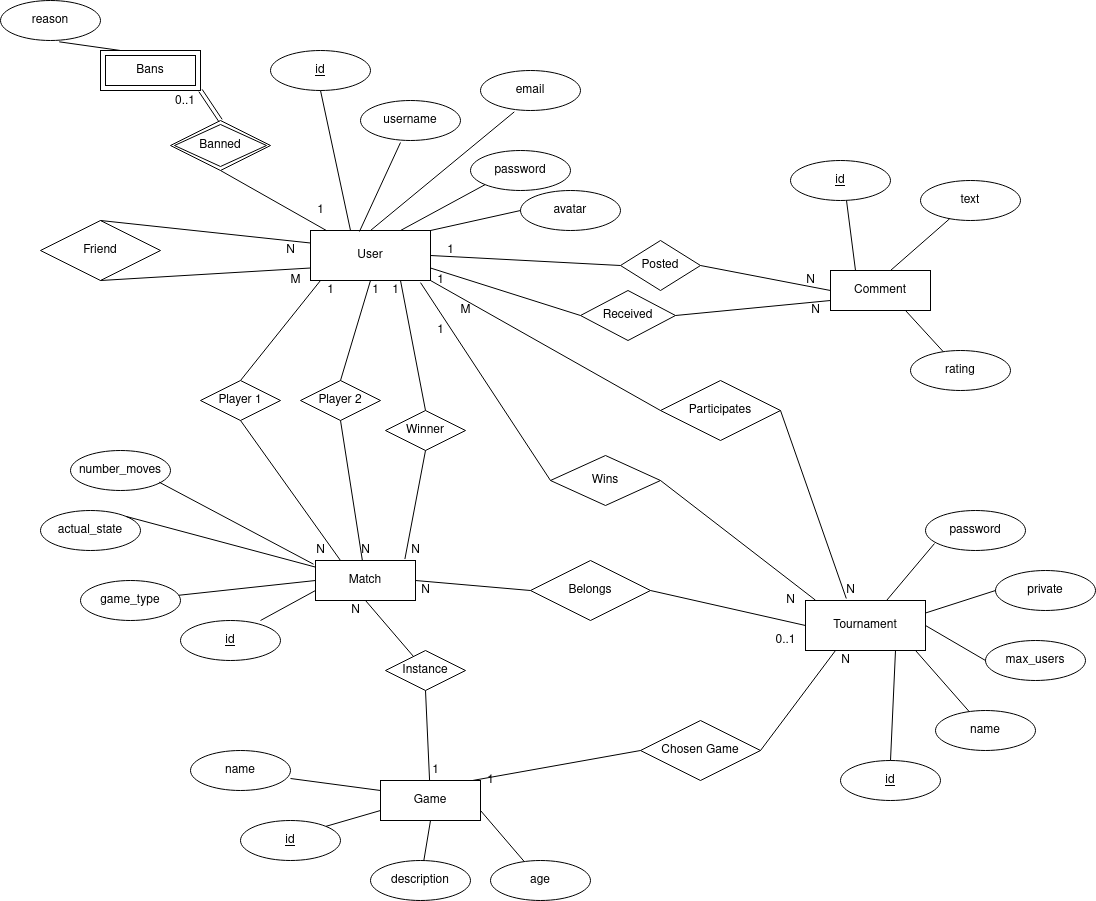
Before: Reports/DER.png, a diagram exported from draw.io (pedromiglou/MathGames). Source tidied: cells renumbered, new cells last; positions are measured from the earlier drawing's top-left corner, leaving out a move shared by most shapes.
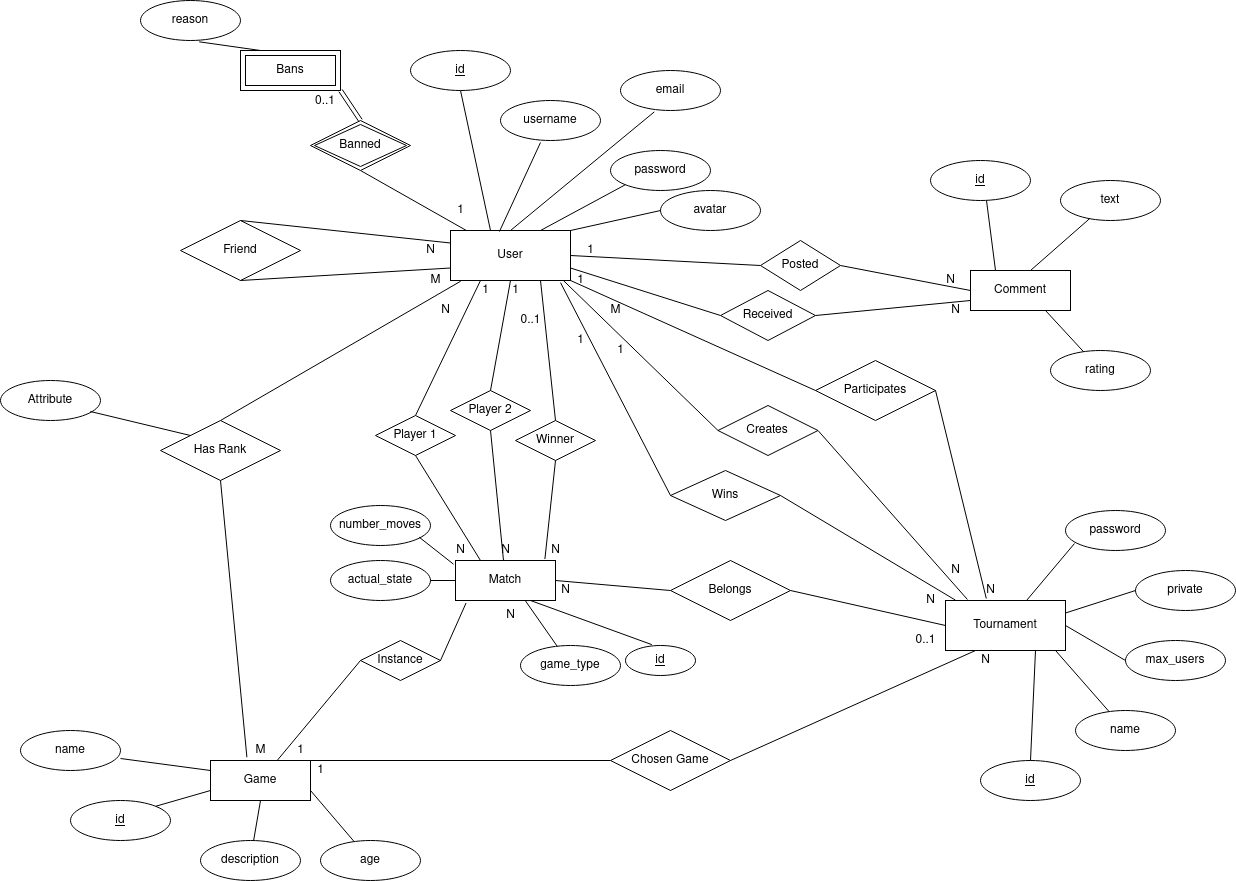
Later version of the same file.

The edit, as a diff of the source:
```diff
@@ -38,19 +38,19 @@
       <mxGeometry relative="1" as="geometry" />
     </mxCell>
     <mxCell id="13" value="Game" style="whiteSpace=wrap;html=1;align=center;" parent="1" vertex="1">
-      <mxGeometry x="380" y="780" width="100" height="40" as="geometry" />
+      <mxGeometry x="70" y="760" width="100" height="40" as="geometry" />
     </mxCell>
     <mxCell id="14" value="name" style="ellipse;whiteSpace=wrap;html=1;align=center;" parent="1" vertex="1">
-      <mxGeometry x="190" y="750" width="100" height="40" as="geometry" />
+      <mxGeometry x="-120" y="730" width="100" height="40" as="geometry" />
     </mxCell>
     <mxCell id="15" value="description" style="ellipse;whiteSpace=wrap;html=1;align=center;" parent="1" vertex="1">
-      <mxGeometry x="370" y="860" width="100" height="40" as="geometry" />
+      <mxGeometry x="60" y="840" width="100" height="40" as="geometry" />
     </mxCell>
     <mxCell id="16" value="age" style="ellipse;whiteSpace=wrap;html=1;align=center;" parent="1" vertex="1">
-      <mxGeometry x="490" y="860" width="100" height="40" as="geometry" />
+      <mxGeometry x="180" y="840" width="100" height="40" as="geometry" />
     </mxCell>
     <mxCell id="17" value="id" style="ellipse;whiteSpace=wrap;html=1;align=center;fontStyle=4;" parent="1" vertex="1">
-      <mxGeometry x="240" y="820" width="100" height="40" as="geometry" />
+      <mxGeometry x="-70" y="800" width="100" height="40" as="geometry" />
     </mxCell>
     <mxCell id="18" style="endArrow=none;html=1;exitX=0;exitY=0.25;exitDx=0;exitDy=0;entryX=1;entryY=0.7;entryDx=0;entryDy=0;entryPerimeter=0;" parent="1" edge="1" source="13" target="14">
       <mxGeometry relative="1" as="geometry" />
@@ -68,45 +68,43 @@
       <mxGeometry x="315" y="560" width="100" height="40" as="geometry" />
     </mxCell>
     <mxCell id="23" value="id" style="ellipse;whiteSpace=wrap;html=1;align=center;fontStyle=4;" parent="1" vertex="1">
-      <mxGeometry x="180" y="620" width="100" height="40" as="geometry" />
+      <mxGeometry x="485" y="645" width="70" height="30" as="geometry" />
     </mxCell>
-    <mxCell id="24" style="endArrow=none;html=1;exitX=0;exitY=0.75;exitDx=0;exitDy=0;entryX=0.8;entryY=0;entryDx=0;entryDy=0;entryPerimeter=0;" parent="1" edge="1" source="22" target="23">
+    <mxCell id="24" style="endArrow=none;html=1;exitX=0.75;exitY=1;exitDx=0;exitDy=0;entryX=0.376;entryY=-0.029;entryDx=0;entryDy=0;entryPerimeter=0;" parent="1" edge="1" source="22" target="23">
       <mxGeometry relative="1" as="geometry" />
     </mxCell>
     <mxCell id="25" value="game_type" style="ellipse;whiteSpace=wrap;html=1;align=center;" parent="1" vertex="1">
-      <mxGeometry x="80" y="580" width="100" height="40" as="geometry" />
+      <mxGeometry x="380" y="645" width="100" height="40" as="geometry" />
     </mxCell>
-    <mxCell id="26" style="endArrow=none;html=1;exitX=0;exitY=0.5;exitDx=0;exitDy=0;" parent="1" edge="1" source="22" target="25">
+    <mxCell id="26" style="endArrow=none;html=1;exitX=0.694;exitY=0.989;exitDx=0;exitDy=0;exitPerimeter=0;" parent="1" edge="1" source="22" target="25">
       <mxGeometry relative="1" as="geometry" />
     </mxCell>
     <mxCell id="27" value="actual_state" style="ellipse;whiteSpace=wrap;html=1;align=center;" parent="1" vertex="1">
-      <mxGeometry x="40" y="510" width="100" height="40" as="geometry" />
+      <mxGeometry x="190" y="560" width="100" height="40" as="geometry" />
     </mxCell>
-    <mxCell id="28" style="endArrow=none;html=1;entryX=1;entryY=0;entryDx=0;entryDy=0;" parent="1" edge="1" source="22" target="27">
+    <mxCell id="28" style="endArrow=none;html=1;entryX=1;entryY=0.5;entryDx=0;entryDy=0;" parent="1" edge="1" source="22" target="27">
       <mxGeometry relative="1" as="geometry" />
     </mxCell>
     <mxCell id="29" value="number_moves" style="ellipse;whiteSpace=wrap;html=1;align=center;" parent="1" vertex="1">
-      <mxGeometry x="70" y="450" width="100" height="40" as="geometry" />
+      <mxGeometry x="190" y="505" width="100" height="40" as="geometry" />
     </mxCell>
     <mxCell id="30" style="endArrow=none;html=1;exitX=-0.02;exitY=0.092;exitDx=0;exitDy=0;entryX=0.887;entryY=0.792;entryDx=0;entryDy=0;entryPerimeter=0;exitPerimeter=0;" parent="1" edge="1" source="22" target="29">
       <mxGeometry relative="1" as="geometry" />
     </mxCell>
-    <mxCell id="31" style="endArrow=none;html=1;exitX=0.5;exitY=0;exitDx=0;exitDy=0;" parent="1" edge="1" source="38">
-      <mxGeometry relative="1" as="geometry">
-        <mxPoint x="320" y="280" as="targetPoint" />
-      </mxGeometry>
+    <mxCell id="31" style="endArrow=none;html=1;exitX=0.5;exitY=0;exitDx=0;exitDy=0;entryX=0.25;entryY=1;entryDx=0;entryDy=0;" parent="1" edge="1" source="38" target="2">
+      <mxGeometry relative="1" as="geometry" />
     </mxCell>
-    <mxCell id="32" style="endArrow=none;html=1;exitX=0.5;exitY=1;exitDx=0;exitDy=0;" parent="1" edge="1" source="50" target="13">
+    <mxCell id="32" style="endArrow=none;html=1;exitX=0;exitY=0.5;exitDx=0;exitDy=0;" parent="1" edge="1" source="50" target="13">
       <mxGeometry relative="1" as="geometry" />
     </mxCell>
     <mxCell id="33" value="N" style="text;html=1;align=center;verticalAlign=middle;" parent="1" vertex="1">
       <mxGeometry x="310" y="540" width="20" height="20" as="geometry" />
     </mxCell>
     <mxCell id="34" value="1" style="text;html=1;align=center;verticalAlign=middle;" parent="1" vertex="1">
-      <mxGeometry x="320" y="280" width="20" height="20" as="geometry" />
+      <mxGeometry x="335" y="280" width="20" height="20" as="geometry" />
     </mxCell>
     <mxCell id="35" value="1" style="text;html=1;align=center;verticalAlign=middle;" parent="1" vertex="1">
-      <mxGeometry x="425" y="760" width="20" height="20" as="geometry" />
+      <mxGeometry x="150" y="740" width="20" height="20" as="geometry" />
     </mxCell>
     <mxCell id="36" value="Comment" style="whiteSpace=wrap;html=1;align=center;" parent="1" vertex="1">
       <mxGeometry x="830" y="270" width="100" height="40" as="geometry" />
@@ -115,7 +113,7 @@
       <mxGeometry relative="1" as="geometry" />
     </mxCell>
     <mxCell id="38" value="Player 1" style="shape=rhombus;perimeter=rhombusPerimeter;whiteSpace=wrap;html=1;align=center;" parent="1" vertex="1">
-      <mxGeometry x="200" y="380" width="80" height="40" as="geometry" />
+      <mxGeometry x="235" y="415" width="80" height="40" as="geometry" />
     </mxCell>
     <mxCell id="39" style="endArrow=none;html=1;exitX=0.25;exitY=0;exitDx=0;exitDy=0;entryX=0.5;entryY=1;entryDx=0;entryDy=0;" parent="1" edge="1" source="22" target="38">
       <mxGeometry relative="1" as="geometry" />
@@ -127,7 +125,7 @@
       <mxGeometry x="365" y="280" width="20" height="20" as="geometry" />
     </mxCell>
     <mxCell id="42" value="Player 2" style="shape=rhombus;perimeter=rhombusPerimeter;whiteSpace=wrap;html=1;align=center;" parent="1" vertex="1">
-      <mxGeometry x="300" y="380" width="80" height="40" as="geometry" />
+      <mxGeometry x="310" y="390" width="80" height="40" as="geometry" />
     </mxCell>
     <mxCell id="43" style="endArrow=none;html=1;entryX=0.5;entryY=1;entryDx=0;entryDy=0;" parent="1" edge="1" source="22" target="42">
       <mxGeometry relative="1" as="geometry" />
@@ -138,11 +136,11 @@
     <mxCell id="45" value="N" style="text;html=1;align=center;verticalAlign=middle;" parent="1" vertex="1">
       <mxGeometry x="405" y="540" width="20" height="20" as="geometry" />
     </mxCell>
-    <mxCell id="46" value="1" style="text;html=1;align=center;verticalAlign=middle;" parent="1" vertex="1">
-      <mxGeometry x="385" y="280" width="20" height="20" as="geometry" />
+    <mxCell id="46" value="0..1" style="text;html=1;align=center;verticalAlign=middle;" parent="1" vertex="1">
+      <mxGeometry x="370" y="310" width="40" height="20" as="geometry" />
     </mxCell>
     <mxCell id="47" value="Winner" style="shape=rhombus;perimeter=rhombusPerimeter;whiteSpace=wrap;html=1;align=center;" parent="1" vertex="1">
-      <mxGeometry x="385" y="410" width="80" height="40" as="geometry" />
+      <mxGeometry x="375" y="420" width="80" height="40" as="geometry" />
     </mxCell>
     <mxCell id="48" style="endArrow=none;html=1;entryX=0.5;entryY=1;entryDx=0;entryDy=0;exitX=0.894;exitY=-0.036;exitDx=0;exitDy=0;exitPerimeter=0;" parent="1" edge="1" source="22" target="47">
       <mxGeometry relative="1" as="geometry" />
@@ -153,7 +151,7 @@
       </mxGeometry>
     </mxCell>
     <mxCell id="50" value="Instance" style="shape=rhombus;perimeter=rhombusPerimeter;whiteSpace=wrap;html=1;align=center;" parent="1" vertex="1">
-      <mxGeometry x="385" y="650" width="80" height="40" as="geometry" />
+      <mxGeometry x="220" y="640" width="80" height="40" as="geometry" />
     </mxCell>
     <mxCell id="51" value="Posted" style="shape=rhombus;perimeter=rhombusPerimeter;whiteSpace=wrap;html=1;align=center;" parent="1" vertex="1">
       <mxGeometry x="620" y="240" width="80" height="50" as="geometry" />
@@ -254,14 +252,14 @@
     <mxCell id="81" style="endArrow=none;html=1;entryX=0.09;entryY=0.825;entryDx=0;entryDy=0;entryPerimeter=0;" parent="1" edge="1" source="66" target="80">
       <mxGeometry relative="1" as="geometry" />
     </mxCell>
-    <mxCell id="82" style="endArrow=none;html=1;exitX=0.5;exitY=1;exitDx=0;exitDy=0;" parent="1" edge="1" source="22" target="50">
+    <mxCell id="82" style="endArrow=none;html=1;exitX=0.106;exitY=1.061;exitDx=0;exitDy=0;entryX=1;entryY=0.5;entryDx=0;entryDy=0;exitPerimeter=0;" parent="1" edge="1" source="22" target="50">
       <mxGeometry relative="1" as="geometry" />
     </mxCell>
     <mxCell id="83" value="N" style="text;html=1;align=center;verticalAlign=middle;" parent="1" vertex="1">
-      <mxGeometry x="345" y="600" width="20" height="20" as="geometry" />
+      <mxGeometry x="360" y="605" width="20" height="20" as="geometry" />
     </mxCell>
     <mxCell id="84" value="Chosen Game" style="shape=rhombus;perimeter=rhombusPerimeter;whiteSpace=wrap;html=1;align=center;" parent="1" vertex="1">
-      <mxGeometry x="640" y="720" width="120" height="60" as="geometry" />
+      <mxGeometry x="470" y="730" width="120" height="60" as="geometry" />
     </mxCell>
     <mxCell id="85" style="endArrow=none;html=1;exitX=0.92;exitY=0;exitDx=0;exitDy=0;exitPerimeter=0;entryX=0;entryY=0.5;entryDx=0;entryDy=0;" parent="1" edge="1" source="13" target="84">
       <mxGeometry relative="1" as="geometry" />
@@ -270,7 +268,7 @@
       <mxGeometry relative="1" as="geometry" />
     </mxCell>
     <mxCell id="87" value="1" style="text;html=1;align=center;verticalAlign=middle;" parent="1" vertex="1">
-      <mxGeometry x="480" y="770" width="20" height="20" as="geometry" />
+      <mxGeometry x="170" y="760" width="20" height="20" as="geometry" />
     </mxCell>
     <mxCell id="88" value="N" style="text;html=1;align=center;verticalAlign=middle;" parent="1" vertex="1">
       <mxGeometry x="835" y="650" width="20" height="20" as="geometry" />
@@ -319,7 +317,7 @@
       </mxGeometry>
     </mxCell>
     <mxCell id="102" value="Participates" style="shape=rhombus;perimeter=rhombusPerimeter;whiteSpace=wrap;html=1;align=center;" parent="1" vertex="1">
-      <mxGeometry x="660" y="380" width="120" height="60" as="geometry" />
+      <mxGeometry x="675" y="360" width="120" height="60" as="geometry" />
     </mxCell>
     <mxCell id="103" style="endArrow=none;html=1;entryX=1;entryY=1;entryDx=0;entryDy=0;exitX=0;exitY=0.5;exitDx=0;exitDy=0;" parent="1" edge="1" source="102" target="2">
       <mxGeometry relative="1" as="geometry" />
@@ -331,10 +329,10 @@
       <mxGeometry x="840" y="580" width="20" height="20" as="geometry" />
     </mxCell>
     <mxCell id="106" value="M" style="text;html=1;align=center;verticalAlign=middle;" parent="1" vertex="1">
-      <mxGeometry x="450" y="300" width="30" height="20" as="geometry" />
+      <mxGeometry x="460" y="300" width="30" height="20" as="geometry" />
     </mxCell>
     <mxCell id="107" value="Wins" style="shape=rhombus;perimeter=rhombusPerimeter;whiteSpace=wrap;html=1;align=center;" parent="1" vertex="1">
-      <mxGeometry x="550" y="455" width="110" height="50" as="geometry" />
+      <mxGeometry x="530" y="470" width="110" height="50" as="geometry" />
     </mxCell>
     <mxCell id="108" style="endArrow=none;html=1;entryX=0.917;entryY=1.043;entryDx=0;entryDy=0;entryPerimeter=0;exitX=0;exitY=0.5;exitDx=0;exitDy=0;" parent="1" edge="1" source="107" target="2">
       <mxGeometry relative="1" as="geometry" />
@@ -343,10 +341,46 @@
       <mxGeometry relative="1" as="geometry" />
     </mxCell>
     <mxCell id="110" value="1" style="text;html=1;align=center;verticalAlign=middle;" parent="1" vertex="1">
-      <mxGeometry x="430" y="320" width="20" height="20" as="geometry" />
+      <mxGeometry x="430" y="330" width="20" height="20" as="geometry" />
     </mxCell>
     <mxCell id="111" value="N" style="text;html=1;align=center;verticalAlign=middle;" parent="1" vertex="1">
       <mxGeometry x="780" y="590" width="20" height="20" as="geometry" />
     </mxCell>
+    <mxCell id="112" value="Has Rank" style="shape=rhombus;perimeter=rhombusPerimeter;whiteSpace=wrap;html=1;align=center;" parent="1" vertex="1">
+      <mxGeometry x="20" y="420" width="120" height="60" as="geometry" />
+    </mxCell>
+    <mxCell id="113" style="endArrow=none;html=1;entryX=0.085;entryY=1.014;entryDx=0;entryDy=0;entryPerimeter=0;exitX=0.5;exitY=0;exitDx=0;exitDy=0;" parent="1" edge="1" source="112" target="2">
+      <mxGeometry relative="1" as="geometry" />
+    </mxCell>
+    <mxCell id="114" style="endArrow=none;html=1;entryX=0.5;entryY=1;entryDx=0;entryDy=0;exitX=0.364;exitY=-0.082;exitDx=0;exitDy=0;exitPerimeter=0;" parent="1" edge="1" source="13" target="112">
+      <mxGeometry relative="1" as="geometry" />
+    </mxCell>
+    <mxCell id="115" value="Attribute" style="ellipse;whiteSpace=wrap;html=1;align=center;" parent="1" vertex="1">
+      <mxGeometry x="-140" y="380" width="100" height="40" as="geometry" />
+    </mxCell>
+    <mxCell id="116" style="endArrow=none;html=1;entryX=0.899;entryY=0.775;entryDx=0;entryDy=0;entryPerimeter=0;exitX=0;exitY=0;exitDx=0;exitDy=0;" parent="1" edge="1" source="112" target="115">
+      <mxGeometry relative="1" as="geometry" />
+    </mxCell>
+    <mxCell id="117" value="M" style="text;html=1;align=center;verticalAlign=middle;" parent="1" vertex="1">
+      <mxGeometry x="105" y="740" width="30" height="20" as="geometry" />
+    </mxCell>
+    <mxCell id="118" value="N" style="text;html=1;align=center;verticalAlign=middle;" parent="1" vertex="1">
+      <mxGeometry x="295" y="300" width="20" height="20" as="geometry" />
+    </mxCell>
+    <mxCell id="119" value="Creates" style="shape=rhombus;perimeter=rhombusPerimeter;whiteSpace=wrap;html=1;align=center;" parent="1" vertex="1">
+      <mxGeometry x="577.5" y="405" width="100" height="50" as="geometry" />
+    </mxCell>
+    <mxCell id="120" style="endArrow=none;html=1;entryX=1;entryY=0.5;entryDx=0;entryDy=0;exitX=0.183;exitY=-0.02;exitDx=0;exitDy=0;exitPerimeter=0;" parent="1" edge="1" source="66" target="119">
+      <mxGeometry relative="1" as="geometry" />
+    </mxCell>
+    <mxCell id="121" style="endArrow=none;html=1;entryX=0.937;entryY=0.991;entryDx=0;entryDy=0;entryPerimeter=0;exitX=0;exitY=0.5;exitDx=0;exitDy=0;" parent="1" edge="1" source="119" target="2">
+      <mxGeometry relative="1" as="geometry" />
+    </mxCell>
+    <mxCell id="122" value="1" style="text;html=1;align=center;verticalAlign=middle;" parent="1" vertex="1">
+      <mxGeometry x="470" y="340" width="20" height="20" as="geometry" />
+    </mxCell>
+    <mxCell id="123" value="N" style="text;html=1;align=center;verticalAlign=middle;" parent="1" vertex="1">
+      <mxGeometry x="805" y="560" width="20" height="20" as="geometry" />
+    </mxCell>
   </root>
 </mxGraphModel>
```
